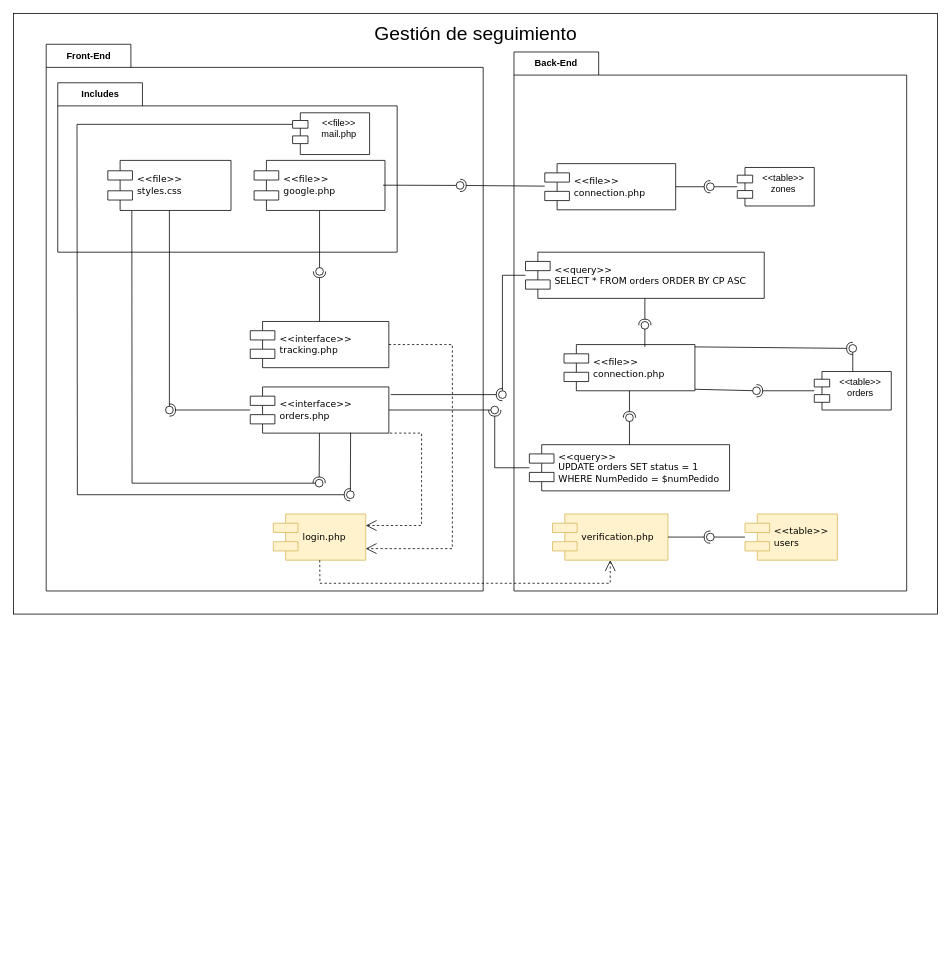
Earlier version of the draw.io diagram Diagramas/DiagramaComponentes.drawio (JorgeADnro/Torres). Source tidied: cells renumbered, new cells numbered last; positions are measured from the earlier drawing's top-left corner, leaving out a move shared by most shapes. Both pictures are drawn from the tidied source at 77%, with x=0, y=0 at pixel (13, 13).
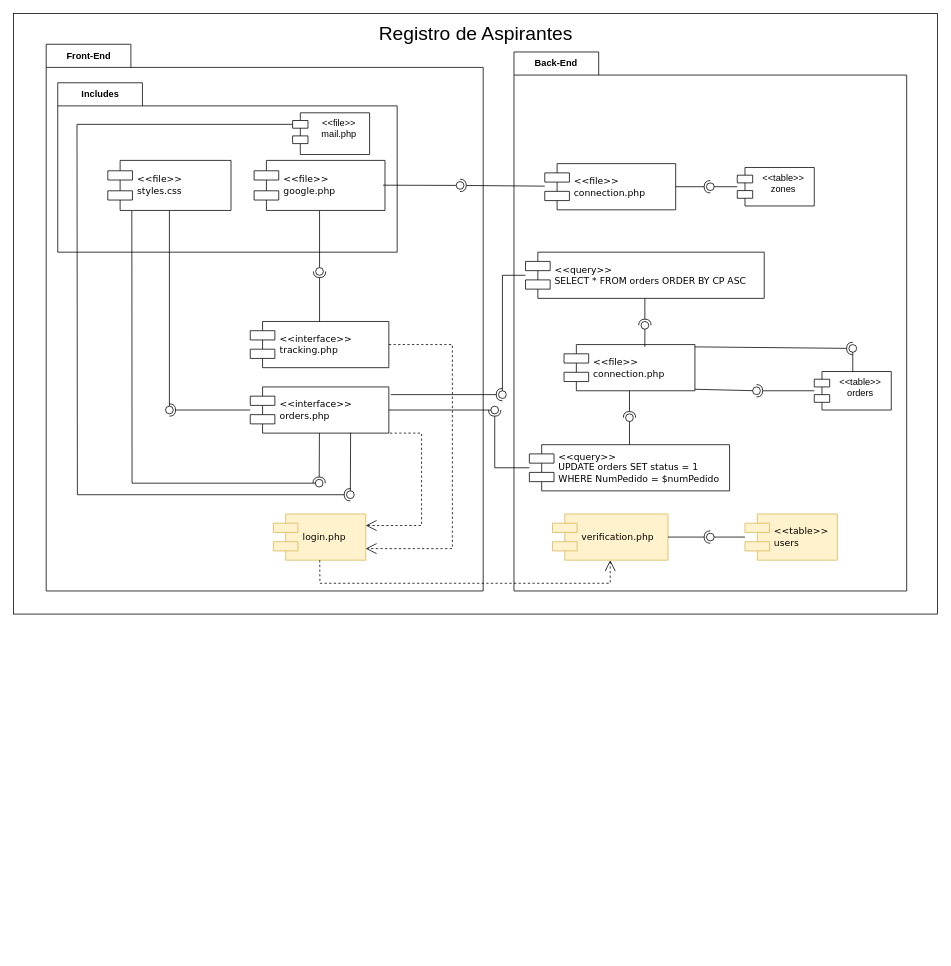
Above is the later version.

Change to the diagram source:
```diff
@@
-    <mxCell id="3" value="&lt;font style=&quot;font-size: 25px;&quot;&gt;Gestión de seguimiento&lt;/font&gt;" style="text;strokeColor=none;align=center;fillColor=none;html=1;verticalAlign=middle;whiteSpace=wrap;rounded=0;" parent="1" vertex="1">
+    <mxCell id="3" value="&lt;font style=&quot;font-size: 25px;&quot;&gt;Registro de Aspirantes&lt;/font&gt;" style="text;strokeColor=none;align=center;fillColor=none;html=1;verticalAlign=middle;whiteSpace=wrap;rounded=0;" parent="1" vertex="1">
       <mxGeometry x="467.5" y="10" width="265" height="30" as="geometry" />
     </mxCell>
```
